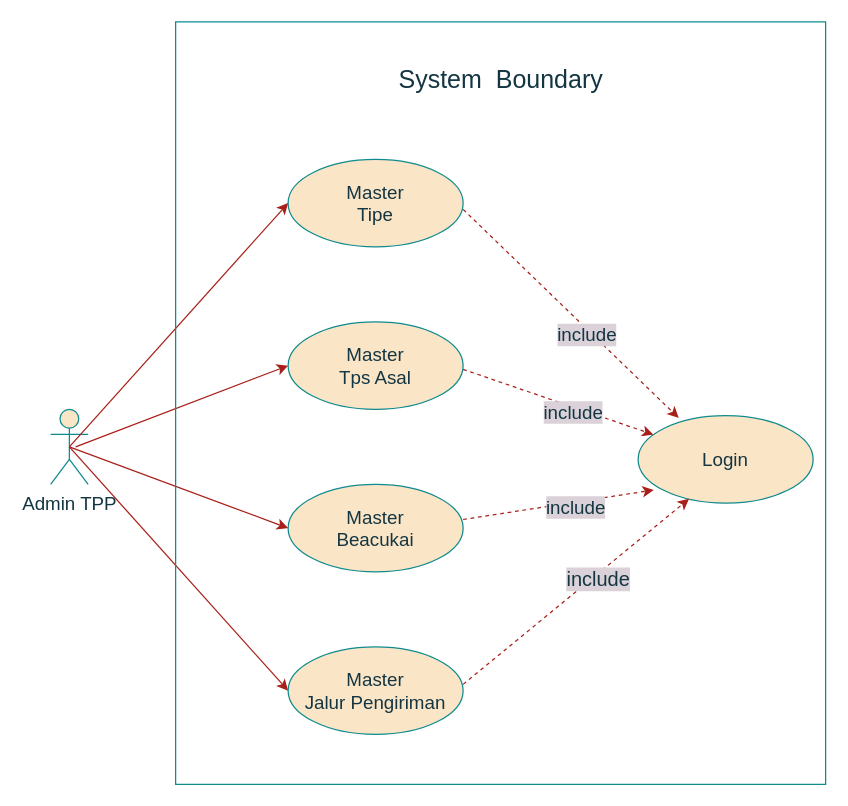
Above: page "USE CASE Admin TPP Master" (1 of 4) of USE CASE.drawio in cuangshulhan/UML (draw.io), before the change. Source tidied: cells renumbered, new cells numbered last; positions are measured from the earlier drawing's top-left corner, leaving out a move shared by most shapes. Both pictures are drawn from the tidied source at 125%, with x=0, y=0 at pixel (50, 21).
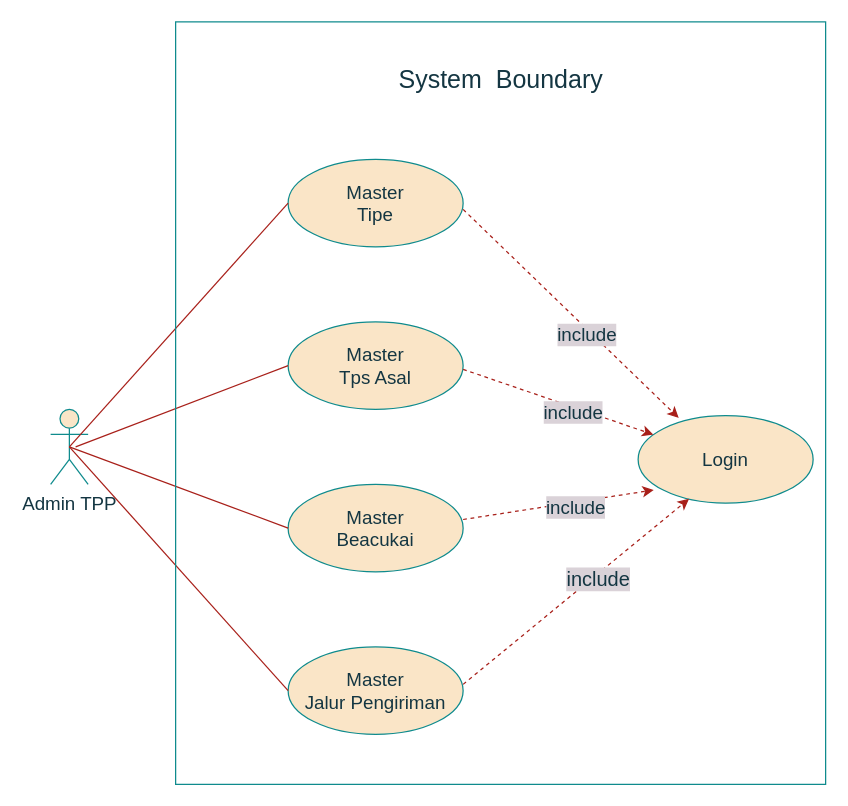
Above is the later version.

The change refers to these unchanged cells:
```xml
<mxCell id="2" value="&lt;font style=&quot;font-size: 15px&quot;&gt;Admin TPP&lt;/font&gt;" style="shape=umlActor;verticalLabelPosition=bottom;verticalAlign=top;html=1;fillColor=#FAE5C7;strokeColor=#0F8B8D;fontColor=#143642;" parent="1" vertex="1">
  <mxGeometry y="310" width="30" height="60" as="geometry" />
</mxCell>
<mxCell id="3" value="&lt;div style=&quot;font-size: 15px&quot;&gt;&lt;font style=&quot;font-size: 15px&quot;&gt;Master&lt;/font&gt;&lt;/div&gt;&lt;div style=&quot;font-size: 15px&quot;&gt;&lt;font style=&quot;font-size: 15px&quot;&gt;Jalur Pengiriman&lt;br&gt;&lt;/font&gt;&lt;/div&gt;" style="ellipse;whiteSpace=wrap;html=1;fillColor=#FAE5C7;strokeColor=#0F8B8D;fontColor=#143642;" parent="1" vertex="1">
  <mxGeometry x="190" y="500" width="140" height="70" as="geometry" />
</mxCell>
<mxCell id="4" value="&lt;div&gt;&lt;font style=&quot;font-size: 15px&quot;&gt;Master &lt;br&gt;&lt;/font&gt;&lt;/div&gt;&lt;div&gt;&lt;font style=&quot;font-size: 15px&quot;&gt;Tps Asal&lt;br&gt;&lt;/font&gt;&lt;/div&gt;" style="ellipse;whiteSpace=wrap;html=1;fillColor=#FAE5C7;strokeColor=#0F8B8D;fontColor=#143642;" parent="1" vertex="1">
  <mxGeometry x="190" y="240" width="140" height="70" as="geometry" />
</mxCell>
<mxCell id="6" value="&lt;div style=&quot;font-size: 15px&quot;&gt;&lt;font style=&quot;font-size: 15px&quot;&gt;Master&lt;/font&gt;&lt;/div&gt;&lt;div style=&quot;font-size: 15px&quot;&gt;&lt;font style=&quot;font-size: 15px&quot;&gt;Tipe&lt;br&gt;&lt;/font&gt;&lt;/div&gt;" style="ellipse;whiteSpace=wrap;html=1;fillColor=#FAE5C7;strokeColor=#0F8B8D;fontColor=#143642;" parent="1" vertex="1">
  <mxGeometry x="190" y="110" width="140" height="70" as="geometry" />
</mxCell>
<mxCell id="7" value="&lt;div&gt;&lt;font style=&quot;font-size: 15px&quot;&gt;Master &lt;br&gt;&lt;/font&gt;&lt;/div&gt;&lt;div&gt;&lt;font style=&quot;font-size: 15px&quot;&gt;Beacukai&lt;/font&gt;&lt;/div&gt;" style="ellipse;whiteSpace=wrap;html=1;fillColor=#FAE5C7;strokeColor=#0F8B8D;fontColor=#143642;" parent="1" vertex="1">
  <mxGeometry x="190" y="370" width="140" height="70" as="geometry" />
</mxCell>
```

Change to the diagram source:
```diff
@@
-    <mxCell id="8" style="endArrow=classic;html=1;entryX=0;entryY=0.5;entryDx=0;entryDy=0;strokeColor=#A8201A;fontColor=#143642;labelBackgroundColor=#DAD2D8;" parent="1" edge="1" target="4">
+    <mxCell id="8" style="endArrow=none;html=1;entryX=0;entryY=0.5;entryDx=0;entryDy=0;strokeColor=#A8201A;fontColor=#143642;labelBackgroundColor=#DAD2D8;endFill=0;" parent="1" edge="1" target="4">
       <mxGeometry relative="1" as="geometry">
         <mxPoint x="20" y="340" as="sourcePoint" />
       </mxGeometry>
     </mxCell>
-    <mxCell id="9" style="endArrow=classic;html=1;entryX=0;entryY=0.5;entryDx=0;entryDy=0;exitX=0.5;exitY=0.5;exitDx=0;exitDy=0;exitPerimeter=0;strokeColor=#A8201A;fontColor=#143642;labelBackgroundColor=#DAD2D8;" parent="1" edge="1" source="2" target="6">
+    <mxCell id="9" style="endArrow=none;html=1;entryX=0;entryY=0.5;entryDx=0;entryDy=0;exitX=0.5;exitY=0.5;exitDx=0;exitDy=0;exitPerimeter=0;strokeColor=#A8201A;fontColor=#143642;labelBackgroundColor=#DAD2D8;endFill=0;" parent="1" edge="1" source="2" target="6">
       <mxGeometry relative="1" as="geometry" />
     </mxCell>
-    <mxCell id="10" style="endArrow=classic;html=1;entryX=0;entryY=0.5;entryDx=0;entryDy=0;exitX=0.5;exitY=0.5;exitDx=0;exitDy=0;exitPerimeter=0;strokeColor=#A8201A;fontColor=#143642;labelBackgroundColor=#DAD2D8;" parent="1" edge="1" source="2" target="7">
+    <mxCell id="10" style="endArrow=none;html=1;entryX=0;entryY=0.5;entryDx=0;entryDy=0;exitX=0.5;exitY=0.5;exitDx=0;exitDy=0;exitPerimeter=0;strokeColor=#A8201A;fontColor=#143642;labelBackgroundColor=#DAD2D8;endFill=0;" parent="1" edge="1" source="2" target="7">
       <mxGeometry relative="1" as="geometry" />
     </mxCell>
-    <mxCell id="11" style="endArrow=classic;html=1;entryX=0;entryY=0.5;entryDx=0;entryDy=0;exitX=0.5;exitY=0.5;exitDx=0;exitDy=0;exitPerimeter=0;strokeColor=#A8201A;fontColor=#143642;labelBackgroundColor=#DAD2D8;" parent="1" edge="1" source="2" target="3">
+    <mxCell id="11" style="endArrow=none;html=1;entryX=0;entryY=0.5;entryDx=0;entryDy=0;exitX=0.5;exitY=0.5;exitDx=0;exitDy=0;exitPerimeter=0;strokeColor=#A8201A;fontColor=#143642;labelBackgroundColor=#DAD2D8;endFill=0;" parent="1" edge="1" source="2" target="3">
       <mxGeometry relative="1" as="geometry" />
     </mxCell>
```
